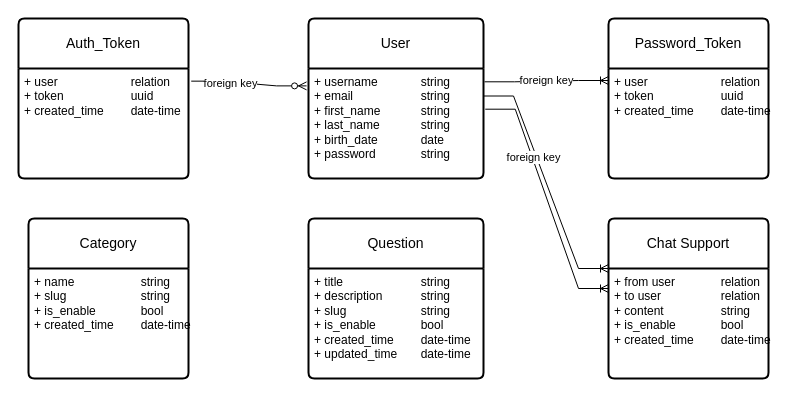
Above: QuestionProject.drawio in Esmat434/LeetPlay (draw.io), before the change. Source tidied: cells renumbered, new cells numbered last; positions are measured from the earlier drawing's top-left corner, leaving out a move shared by most shapes. Both pictures are drawn from the tidied source at 100%, with x=0, y=0 at pixel (18, 18).
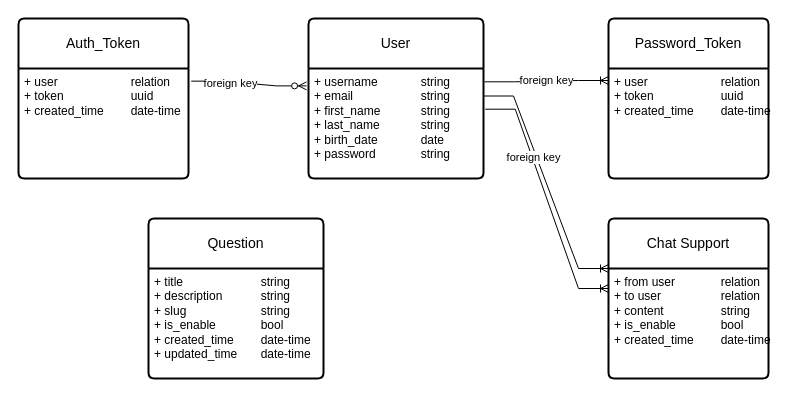
The same diagram, later.

Diff of the diagram source:
```diff
@@
     <mxCell id="8" value="Question" style="swimlane;horizontal=1;startSize=50;rounded=1;fontSize=14;fontStyle=0;strokeWidth=2;shadow=0;dashed=0;align=center;arcSize=4;whiteSpace=wrap;html=1;" parent="1" vertex="1">
-      <mxGeometry x="290" y="200" width="175" height="160" as="geometry" />
+      <mxGeometry x="130" y="200" width="175" height="160" as="geometry" />
     </mxCell>
@@
-    <mxCell id="10" value="Category" style="swimlane;horizontal=1;startSize=50;rounded=1;fontSize=14;fontStyle=0;strokeWidth=2;shadow=0;dashed=0;align=center;arcSize=4;whiteSpace=wrap;html=1;" parent="1" vertex="1">
-      <mxGeometry x="10" y="200" width="160" height="160" as="geometry" />
-    </mxCell>
-    <mxCell id="11" value="+ name&lt;span style=&quot;white-space: pre;&quot;&gt;&#9;&lt;/span&gt;&lt;span style=&quot;white-space: pre;&quot;&gt;&#9;&lt;/span&gt;&lt;span style=&quot;white-space: pre;&quot;&gt;&#9;&lt;/span&gt;string&lt;br&gt;+ slug&lt;span style=&quot;white-space: pre;&quot;&gt;&#9;&lt;/span&gt;&lt;span style=&quot;white-space: pre;&quot;&gt;&#9;&lt;/span&gt;&lt;span style=&quot;white-space: pre;&quot;&gt;&#9;&lt;/span&gt;string&lt;br&gt;+ is_enable&lt;span style=&quot;white-space: pre;&quot;&gt;&#9;&lt;/span&gt;&lt;span style=&quot;white-space: pre;&quot;&gt;&#9;&lt;/span&gt;bool&lt;div&gt;+ created_time&lt;span style=&quot;white-space: pre;&quot;&gt;&#9;&lt;/span&gt;date-time&lt;/div&gt;" style="align=left;strokeColor=none;fillColor=none;spacingLeft=4;fontSize=12;verticalAlign=top;html=1;" parent="10" vertex="1">
-      <mxGeometry y="50" width="160" height="110" as="geometry" />
-    </mxCell>
```
